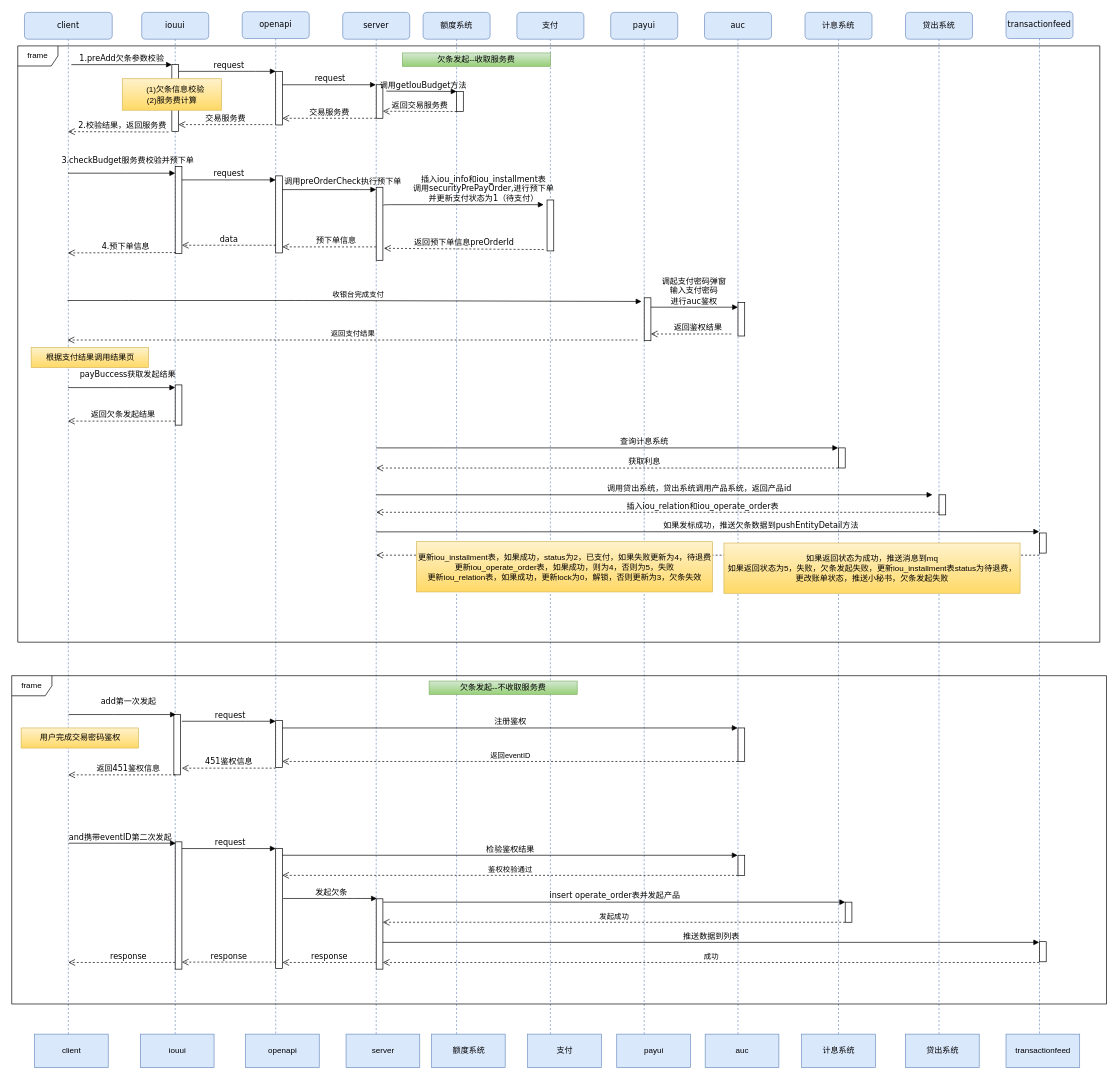
Earlier version of the draw.io diagram 债务人发起欠条.drawio (Racheil/Http). Source tidied: cells renumbered, new cells numbered last; positions are measured from the earlier drawing's top-left corner, leaving out a move shared by most shapes. Both pictures are drawn from the tidied source at 67%, with x=0, y=0 at pixel (11, 11).
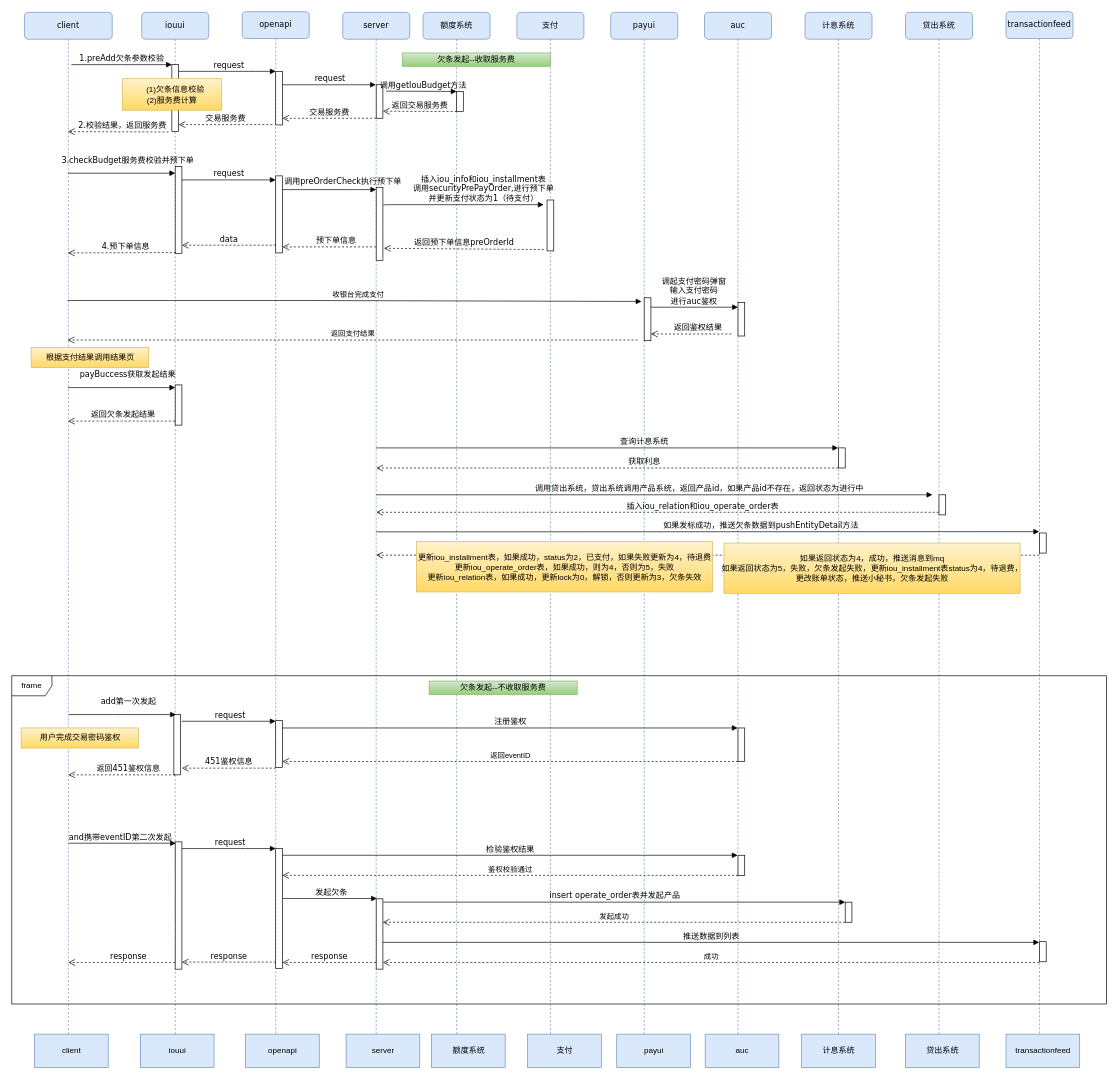
After the change.

Commit message:
更新债务人发起欠条.drawio

The change refers to these unchanged cells:
```xml
<mxCell id="27" style="html=1;points=[];perimeter=orthogonalPerimeter;" parent="26" vertex="1">
  <mxGeometry x="50" y="720" width="10" height="30" as="geometry" />
</mxCell>
```

What changed in the source:
```diff
@@
-    <mxCell id="82" value="调用贷出系统，贷出系统调用产品系统，返回产品id" style="html=1;verticalAlign=bottom;endArrow=block;labelBackgroundColor=none;fontFamily=Verdana;fontSize=12;edgeStyle=elbowEdgeStyle;elbow=vertical;entryX=-0.986;entryY=0.01;entryDx=0;entryDy=0;entryPerimeter=0;" parent="1" edge="1" target="27">
+    <mxCell id="82" value="调用贷出系统，贷出系统调用产品系统，返回产品id，如果产品id不存在，返回状态为进行中" style="html=1;verticalAlign=bottom;endArrow=block;labelBackgroundColor=none;fontFamily=Verdana;fontSize=12;edgeStyle=elbowEdgeStyle;elbow=vertical;entryX=-0.986;entryY=0.01;entryDx=0;entryDy=0;entryPerimeter=0;" parent="1" edge="1" target="27">
       <mxGeometry x="0.16" relative="1" as="geometry">
         <mxPoint x="544" y="721" as="sourcePoint" />
         <Array as="points">
           <mxPoint x="649" y="721" />
         </Array>
       </mxGeometry>
     </mxCell>
@@
-    <mxCell id="88" value="如果返回状态为成功，推送消息到mq&lt;br&gt;如果返回状态为5，失败，欠条发起失败，更新iou_installment表status为待退费，&lt;br&gt;更改账单状态，推送小秘书，欠条发起失败" style="html=1;fillColor=#fff2cc;strokeColor=#d6b656;gradientColor=#ffd966;" parent="1" vertex="1">
+    <mxCell id="88" value="如果返回状态为4，成功，推送消息到mq&lt;br&gt;如果返回状态为5，失败，欠条发起失败，更新iou_installment表status为4，待退费，&lt;br&gt;更改账单状态，推送小秘书，欠条发起失败" style="html=1;fillColor=#fff2cc;strokeColor=#d6b656;gradientColor=#ffd966;" parent="1" vertex="1">
       <mxGeometry x="1063" y="793" width="442" height="75" as="geometry" />
     </mxCell>
@@
-    <mxCell id="101" value="frame" style="shape=umlFrame;whiteSpace=wrap;html=1;" parent="1" vertex="1">
-      <mxGeometry x="9" y="51" width="1615" height="890" as="geometry" />
-    </mxCell>
```
